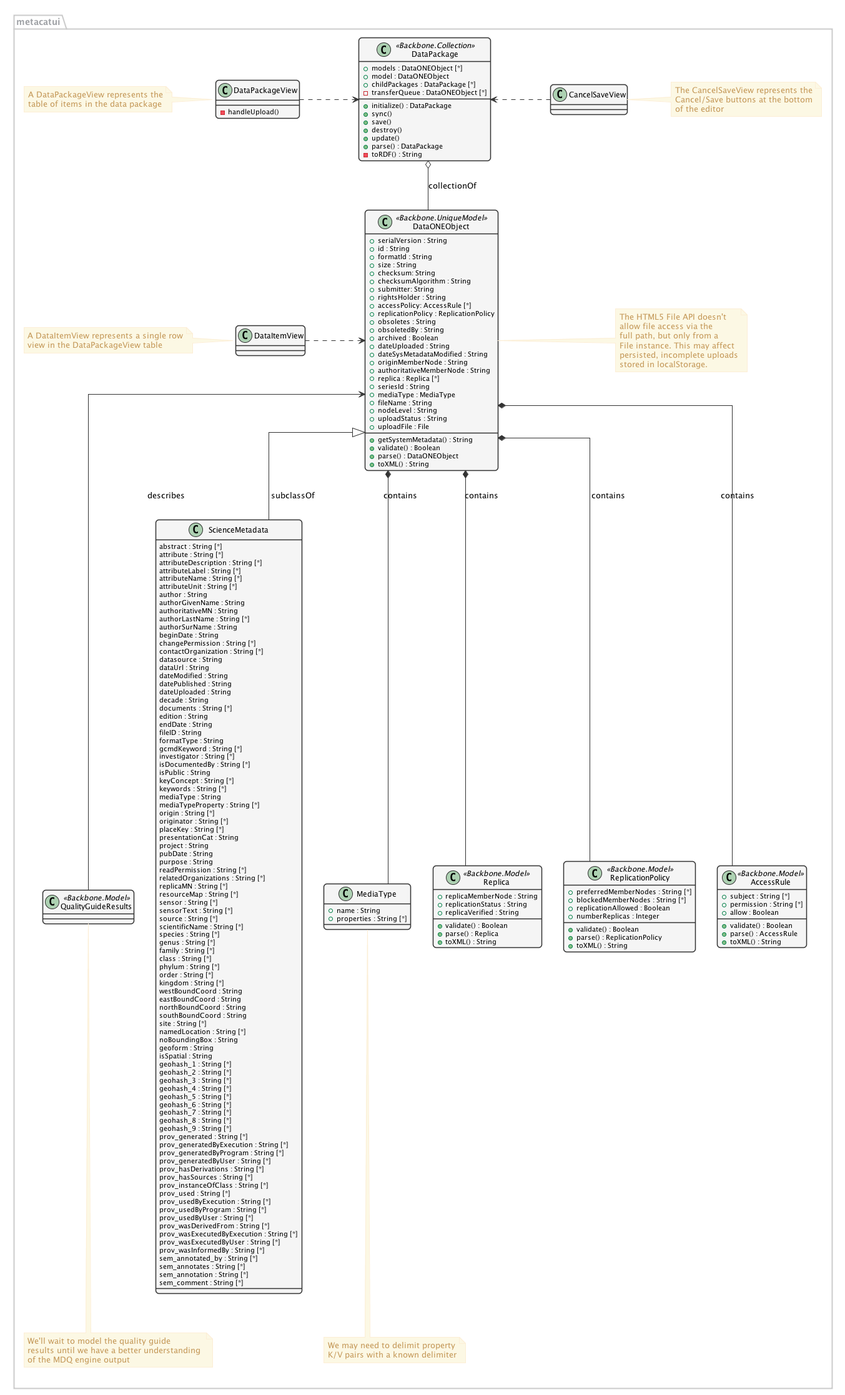
Earlier version of the PlantUML export metacatui/docs/design/editor/images/editor-design-metacatui-package.png (NCEAS/metacatui). Source of this version:
```plantuml
@startuml images/editor-design-metacatui-package.png
      skinparam shadowing false
      skinparam roundcorner 10

      skinparam sequence {
      	ArrowColor #1F4260
      	LifeLineBorderColor #1F4260
      	LifeLineBackgroundColor #428BCA
      	ParticipantBorderColor #AAAAAA
      	ParticipantBackgroundColor #F5F5F5
        ActorBackgroundColor #DDDDDD
        ActorBorderColor #333333
      }

      skinparam noteFontColor #C49858
      skinparam note {
        BackgroundColor #FCF8E4
        BorderColor #FCEED6
      }

      skinparam class {
        BackgroundColor #F5F5F5
        BorderColor #333333
        ArrowColor #333333
      }

      skinparam packageFontColor #9DA0A4
      skinparam package {
        BorderColor #CCCCCC
      }


skinparam linetype ortho

  package metacatui {
    together {
      class MediaType {
        + name : String
        + properties : String [*]
      }

      note bottom of MediaType
        We may need to delimit property
        K/V pairs with a known delimiter
      end note

      class Replica <<Backbone.Model>> {
        + replicaMemberNode : String
        + replicationStatus : String
        + replicaVerified : String
        + validate() : Boolean
        + parse() : Replica
        + toXML() : String
      }

      class ReplicationPolicy <<Backbone.Model>> {
        + preferredMemberNodes : String [*]
        + blockedMemberNodes : String [*]
        + replicationAllowed : Boolean
        + numberReplicas : Integer
        + validate() : Boolean
        + parse() : ReplicationPolicy
        + toXML() : String
      }

      class AccessRule <<Backbone.Model>> {
        + subject : String [*]
        + permission : String [*]
        + allow : Boolean
        + validate() : Boolean
        + parse() : AccessRule
        + toXML() : String
      }

    }

    class QualityGuideResults <<Backbone.Model>> {
    }

    note bottom
      We'll wait to model the quality guide
      results until we have a better understanding
      of the MDQ engine output
    end note

    class ScienceMetadata {
      abstract : String [*]
      attribute : String [*]
      attributeDescription : String [*]
      attributeLabel : String [*]
      attributeName : String [*]
      attributeUnit : String [*]
      author : String
      authorGivenName : String
      authoritativeMN : String
      authorLastName : String [*]
      authorSurName : String
      beginDate : String
      changePermission : String [*]
      contactOrganization : String [*]
      datasource : String
      dataUrl : String
      dateModified : String
      datePublished : String
      dateUploaded : String
      decade : String
      documents : String [*]
      edition : String
      endDate : String
      fileID : String
      formatType : String
      gcmdKeyword : String [*]
      investigator : String [*]
      isDocumentedBy : String [*]
      isPublic : String
      keyConcept : String [*]
      keywords : String [*]
      mediaType : String
      mediaTypeProperty : String [*]
      origin : String [*]
      originator : String [*]
      placeKey : String [*]
      presentationCat : String
      project : String
      pubDate : String
      purpose : String
      readPermission : String [*]
      relatedOrganizations : String [*]
      replicaMN : String [*]
      resourceMap : String [*]
      sensor : String [*]
      sensorText : String [*]
      source : String [*]
      scientificName : String [*]
      species : String [*]
      genus : String [*]
      family : String [*]
      class : String [*]
      phylum : String [*]
      order : String [*]
      kingdom : String [*]
      westBoundCoord : String
      eastBoundCoord : String
      northBoundCoord : String
      southBoundCoord : String
      site : String [*]
      namedLocation : String [*]
      noBoundingBox : String
      geoform : String
      isSpatial : String
      geohash_1 : String [*]
      geohash_2 : String [*]
      geohash_3 : String [*]
      geohash_4 : String [*]
      geohash_5 : String [*]
      geohash_6 : String [*]
      geohash_7 : String [*]
      geohash_8 : String [*]
      geohash_9 : String [*]
      prov_generated : String [*]
      prov_generatedByExecution : String [*]
      prov_generatedByProgram : String [*]
      prov_generatedByUser : String [*]
      prov_hasDerivations : String [*]
      prov_hasSources : String [*]
      prov_instanceOfClass : String [*]
      prov_used : String [*]
      prov_usedByExecution : String [*]
      prov_usedByProgram : String [*]
      prov_usedByUser : String [*]
      prov_wasDerivedFrom : String [*]
      prov_wasExecutedByExecution : String [*]
      prov_wasExecutedByUser : String [*]
      prov_wasInformedBy : String [*]
      sem_annotated_by : String [*]
      sem_annotates : String [*]
      sem_annotation : String [*]
      sem_comment : String [*]
    }

    class DataONEObject <<Backbone.UniqueModel>> {
      + serialVersion : String
      + id : String
      + formatId : String
      + size : String
      + checksum: String
      + checksumAlgorithm : String
      + submitter: String
      + rightsHolder : String
      + accessPolicy: AccessRule [*]
      + replicationPolicy : ReplicationPolicy
      + obsoletes : String
      + obsoletedBy : String
      + archived : Boolean
      + dateUploaded : String
      + dateSysMetadataModified : String
      + originMemberNode : String
      + authoritativeMemberNode : String
      + replica : Replica [*]
      + seriesId : String
      + mediaType : MediaType
      + fileName : String
      + nodeLevel : String
      + uploadStatus : String
      + uploadFile : File
      + getSystemMetadata() : String
      + validate() : Boolean
      + parse() : DataONEObject
      + toXML() : String
    }

    note right
      The HTML5 File API doesn't
      allow file access via the
      full path, but only from a
      File instance. This may affect
      persisted, incomplete uploads
      stored in localStorage.
    end note

    class DataPackage <<Backbone.Collection>> {
      + models : DataONEObject [*]
      + model : DataONEObject
      + childPackages : DataPackage [*]
      - transferQueue : DataONEObject [*]
      + initialize() : DataPackage
      + sync()
      + save()
      + destroy()
      + update()
      + parse() : DataPackage
      - toRDF() : String
    }

    class DataPackageView {
      - handleUpload()
    }
    note left
      A DataPackageView represents the
      table of items in the data package
    end note

    class CancelSaveView {
    }
    note right
      The CancelSaveView represents the
      Cancel/Save buttons at the bottom
      of the editor
    end note

    class DataItemView {
    }
    note left
      A DataItemView represents a single row
      view in the DataPackageView table
    end note
  }

  DataPackage o-- DataONEObject : collectionOf
  DataPackage <.right. DataPackageView : listensTo
  DataPackage <.left. CancelSaveView : listensTo
  DataONEObject <.right. DataItemView : listensTo
  DataONEObject <|-- ScienceMetadata : "subclassOf"
  DataONEObject <-- QualityGuideResults : describes
  DataONEObject *-- AccessRule : "contains"
  DataONEObject *-- ReplicationPolicy : "contains"
  DataONEObject *-- Replica : "  contains"
  DataONEObject *-- MediaType : "contains"


@enduml
```
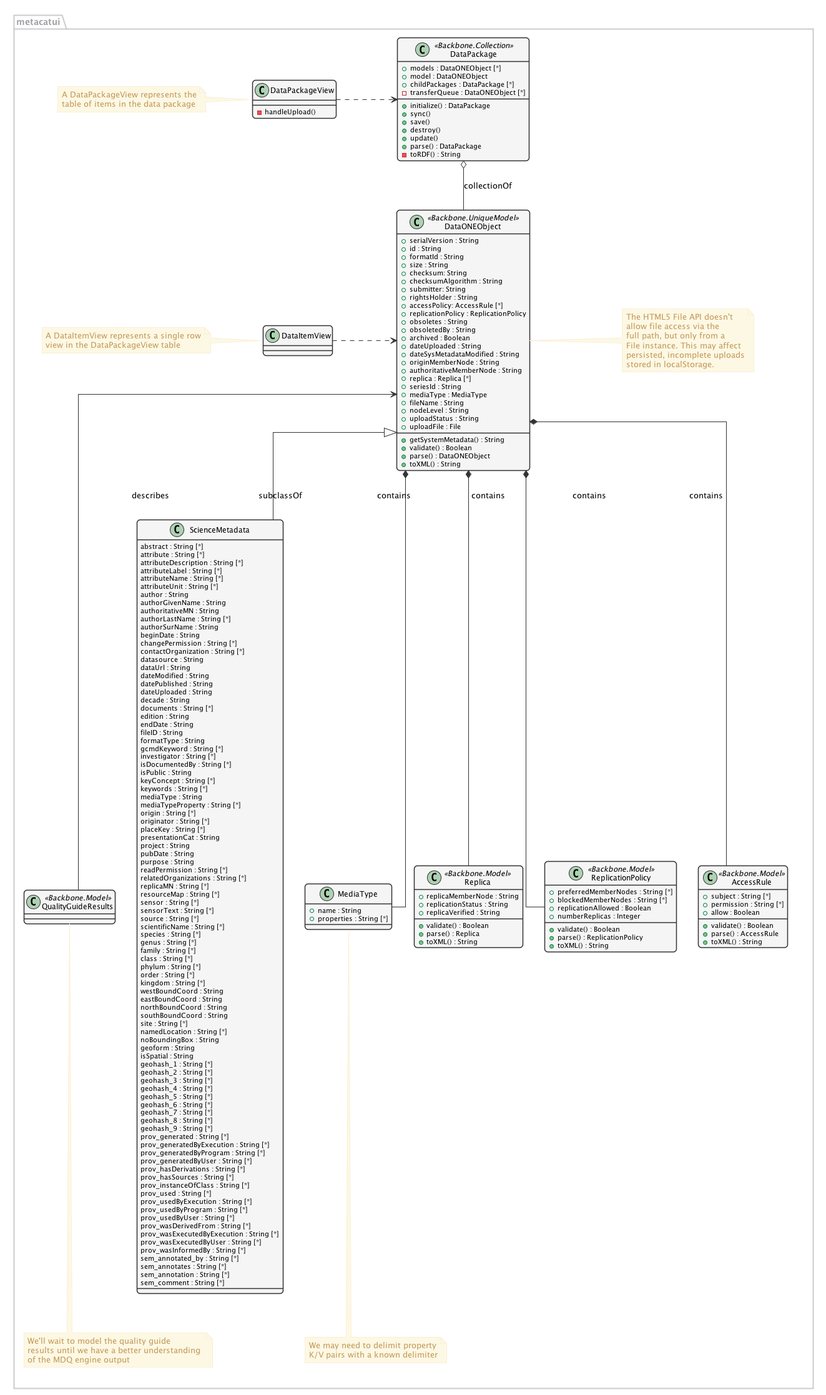
After the change.

Commit message:
Per our design discussion on 07Jul16, remove the CancelSaveView class - we'll just add it as a part of the DataPackageView or the EMLViewer.

refs https://projects.ecoinformatics.org/ecoinfo/issues/7040

What changed in the source:
```diff
@@ -240,14 +240,6 @@
       table of items in the data package
     end note
 
-    class CancelSaveView {
-    }
-    note right
-      The CancelSaveView represents the
-      Cancel/Save buttons at the bottom
-      of the editor
-    end note
-
     class DataItemView {
     }
     note left
@@ -258,7 +250,6 @@
 
   DataPackage o-- DataONEObject : collectionOf
   DataPackage <.right. DataPackageView : listensTo
-  DataPackage <.left. CancelSaveView : listensTo
   DataONEObject <.right. DataItemView : listensTo
   DataONEObject <|-- ScienceMetadata : "subclassOf"
   DataONEObject <-- QualityGuideResults : describes
```
